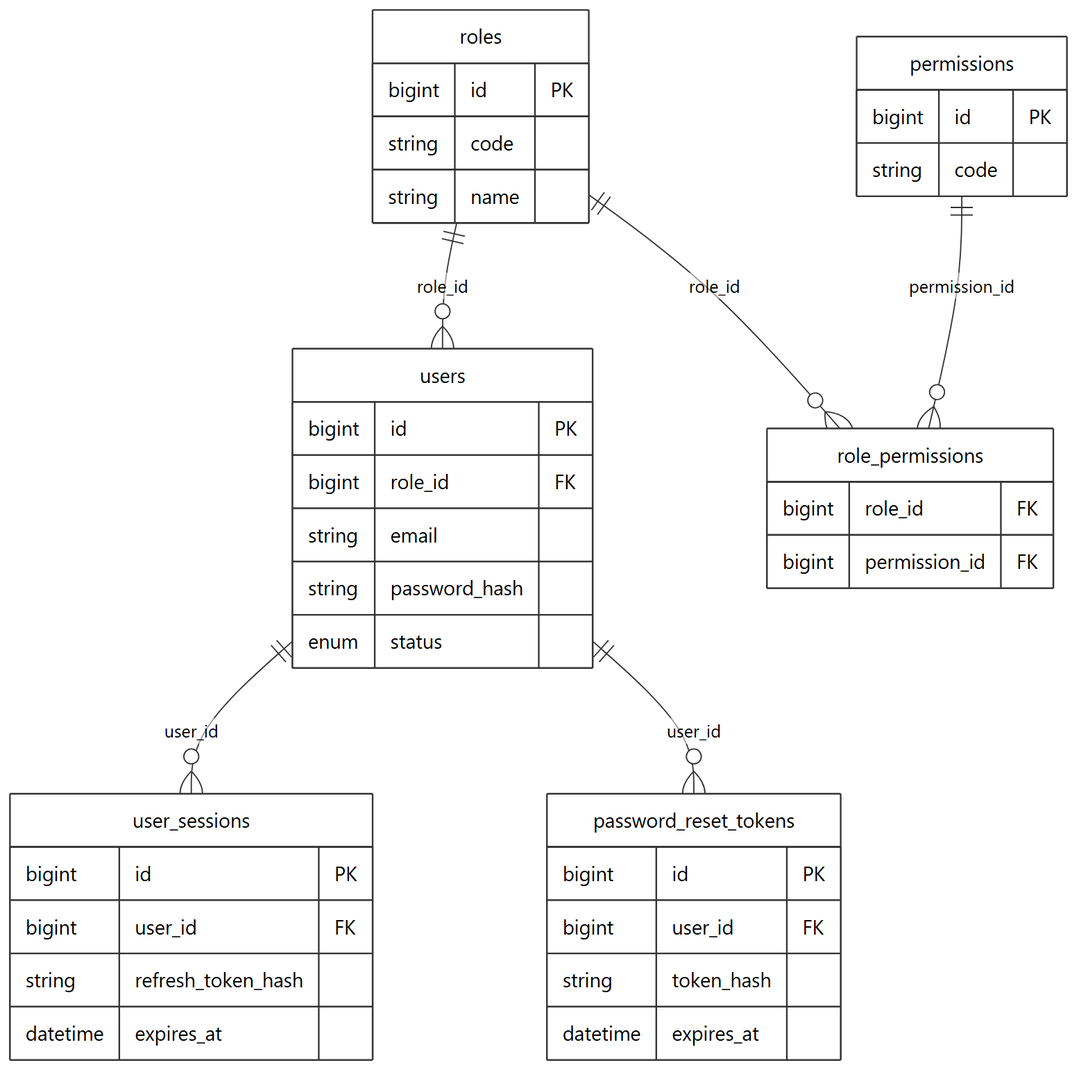
This is docs/diagrams/11_3-1-2_muc-luan-ly-logical_erd.png from nguyenthihongnhu-dotcom/luanvan2026, a Mermaid export, as it was before one commit. Its source is kept beside it as docs/diagrams/11_3-1-2_muc-luan-ly-logical_erd.mmd.
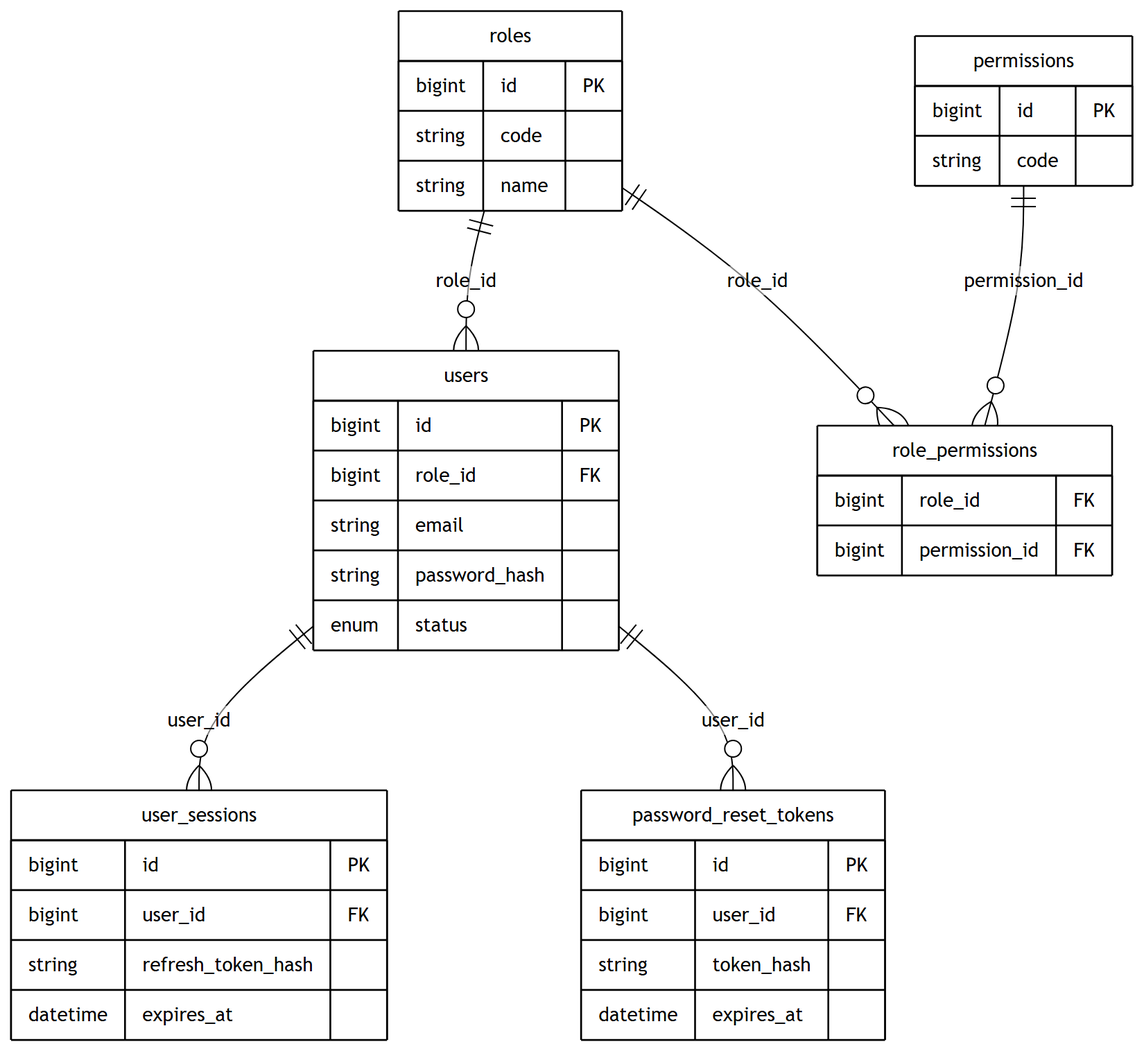
After the change.

Diff of the diagram source:
```diff
@@ -1,3 +1,28 @@
+%%{init: {
+  'theme': 'base',
+  'themeVariables': {
+    'primaryColor': '#ffffff',
+    'primaryBorderColor': '#000000',
+    'primaryTextColor': '#000000',
+    'secondaryColor': '#ffffff',
+    'secondaryBorderColor': '#000000',
+    'secondaryTextColor': '#000000',
+    'tertiaryColor': '#ffffff',
+    'tertiaryBorderColor': '#000000',
+    'tertiaryTextColor': '#000000',
+    'lineColor': '#000000',
+    'textColor': '#000000',
+    'mainBkg': '#ffffff',
+    'nodeBorder': '#000000',
+    'clusterBkg': '#ffffff',
+    'clusterBorder': '#000000',
+    'edgeLabelBackground': '#ffffff',
+    'fontSize': '14px',
+    'attributeBackgroundColorOdd': '#ffffff',
+    'attributeBackgroundColorEven': '#ffffff'
+  },
+  'er': { 'entityPadding': 12, 'minEntityWidth': 130, 'useMaxWidth': false }
+}}%%
 erDiagram
     roles ||--o{ users : role_id
     roles ||--o{ role_permissions : role_id
```
